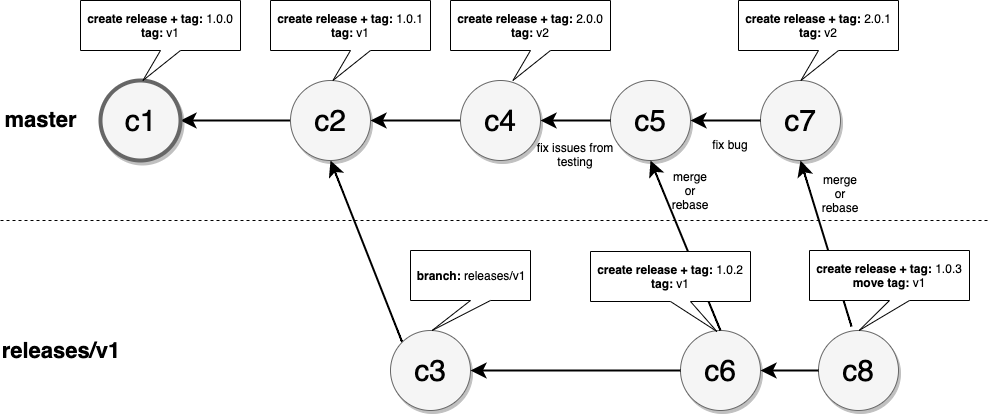
This is docs/assets/action-releases.png from actions/toolkit, a draw.io export, as it was before one commit. Source tidied: cells renumbered, new cells last; positions are measured from the earlier drawing's top-left corner, leaving out a move shared by most shapes.
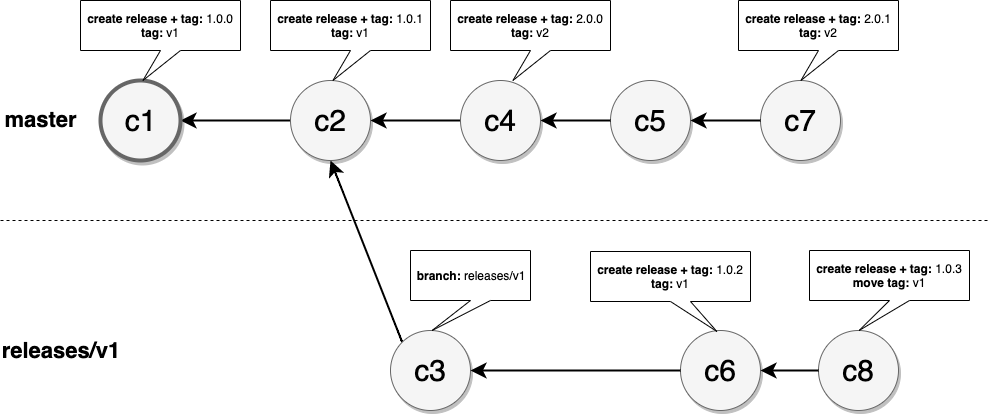
The same file after the commit.

Diff of the diagram source:
```diff
@@ -38,15 +38,6 @@
     <mxCell id="13" style="edgeStyle=none;curved=1;html=1;startSize=10;endFill=1;endSize=10;strokeWidth=2;fontSize=12;exitX=0;exitY=0.5;exitDx=0;exitDy=0;entryX=1;entryY=0.5;entryDx=0;entryDy=0;" parent="1" edge="1" source="12" target="7">
       <mxGeometry relative="1" as="geometry" />
     </mxCell>
-    <mxCell id="14" value="fix issues from testing" style="text;html=1;strokeColor=none;fillColor=none;align=center;verticalAlign=middle;whiteSpace=wrap;rounded=0;" parent="1" vertex="1">
-      <mxGeometry x="525" y="144" width="100" height="20" as="geometry" />
-    </mxCell>
-    <mxCell id="15" style="edgeStyle=none;curved=1;html=1;startSize=10;endFill=1;endSize=10;strokeWidth=2;fontSize=12;exitX=0.5;exitY=0;exitDx=0;exitDy=0;entryX=0.5;entryY=1;entryDx=0;entryDy=0;" parent="1" edge="1" source="12" target="8">
-      <mxGeometry relative="1" as="geometry" />
-    </mxCell>
-    <mxCell id="16" value="merge or rebase" style="text;html=1;strokeColor=none;fillColor=none;align=center;verticalAlign=middle;whiteSpace=wrap;rounded=0;" parent="1" vertex="1">
-      <mxGeometry x="670" y="180" width="40" height="20" as="geometry" />
-    </mxCell>
     <mxCell id="17" value="&lt;b&gt;create release + tag:&lt;/b&gt; 1.0.2&lt;br&gt;&lt;b&gt;tag:&lt;/b&gt; v1" style="shape=callout;whiteSpace=wrap;html=1;perimeter=calloutPerimeter;position2=0.79;" parent="1" vertex="1">
       <mxGeometry x="590" y="251" width="160" height="80" as="geometry" />
     </mxCell>
@@ -64,15 +55,6 @@
     <mxCell id="21" style="edgeStyle=none;curved=1;html=1;startSize=10;endFill=1;endSize=10;strokeWidth=2;fontSize=12;exitX=0;exitY=0.5;exitDx=0;exitDy=0;entryX=1;entryY=0.5;entryDx=0;entryDy=0;" parent="1" edge="1" source="20" target="12">
       <mxGeometry relative="1" as="geometry" />
     </mxCell>
-    <mxCell id="22" style="edgeStyle=none;curved=1;html=1;startSize=10;endFill=1;endSize=10;strokeWidth=2;fontSize=12;exitX=0.413;exitY=-0.05;exitDx=0;exitDy=0;entryX=0.5;entryY=1;entryDx=0;entryDy=0;exitPerimeter=0;" parent="1" edge="1" source="20" target="18">
-      <mxGeometry relative="1" as="geometry" />
-    </mxCell>
-    <mxCell id="23" value="merge or rebase" style="text;html=1;strokeColor=none;fillColor=none;align=center;verticalAlign=middle;whiteSpace=wrap;rounded=0;" parent="1" vertex="1">
-      <mxGeometry x="820" y="183" width="40" height="20" as="geometry" />
-    </mxCell>
-    <mxCell id="24" value="fix bug" style="text;html=1;strokeColor=none;fillColor=none;align=center;verticalAlign=middle;whiteSpace=wrap;rounded=0;" parent="1" vertex="1">
-      <mxGeometry x="710" y="134" width="40" height="20" as="geometry" />
-    </mxCell>
     <mxCell id="25" value="&lt;b&gt;create release + tag:&lt;/b&gt; 1.0.3&lt;br&gt;&lt;b&gt;move tag:&lt;/b&gt; v1" style="shape=callout;whiteSpace=wrap;html=1;perimeter=calloutPerimeter;position2=0.31;" parent="1" vertex="1">
       <mxGeometry x="809" y="250" width="160" height="80" as="geometry" />
     </mxCell>
```
